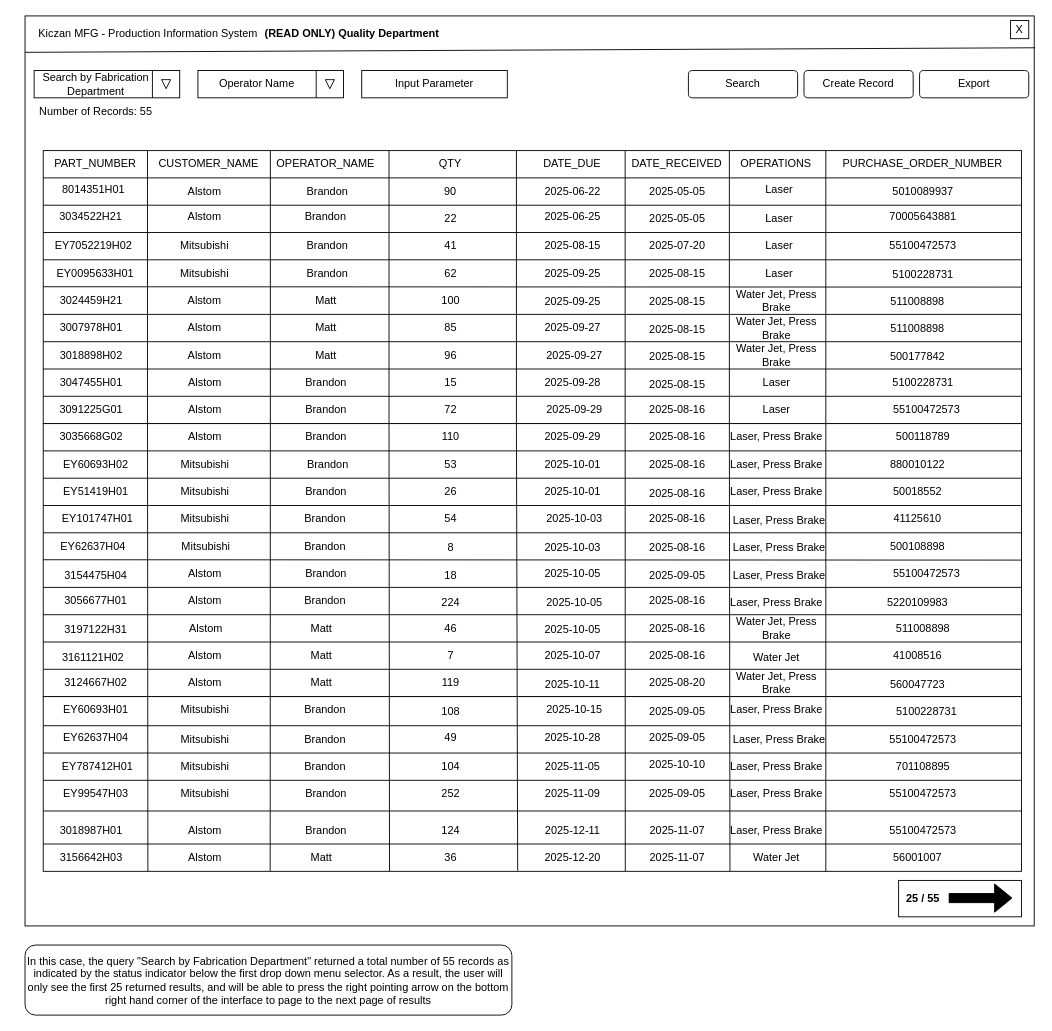
Earlier version of the draw.io diagram Main User Interface Wireframe Search By Department (READONLY)PAGED RESULTS.drawio (JrST90/Team2CapstoneProject). Source tidied: cells renumbered, new cells numbered last; positions are measured from the earlier drawing's top-left corner, leaving out a move shared by most shapes. Both pictures are drawn from the tidied source at 91%, with x=0, y=0 at pixel (15, 15).
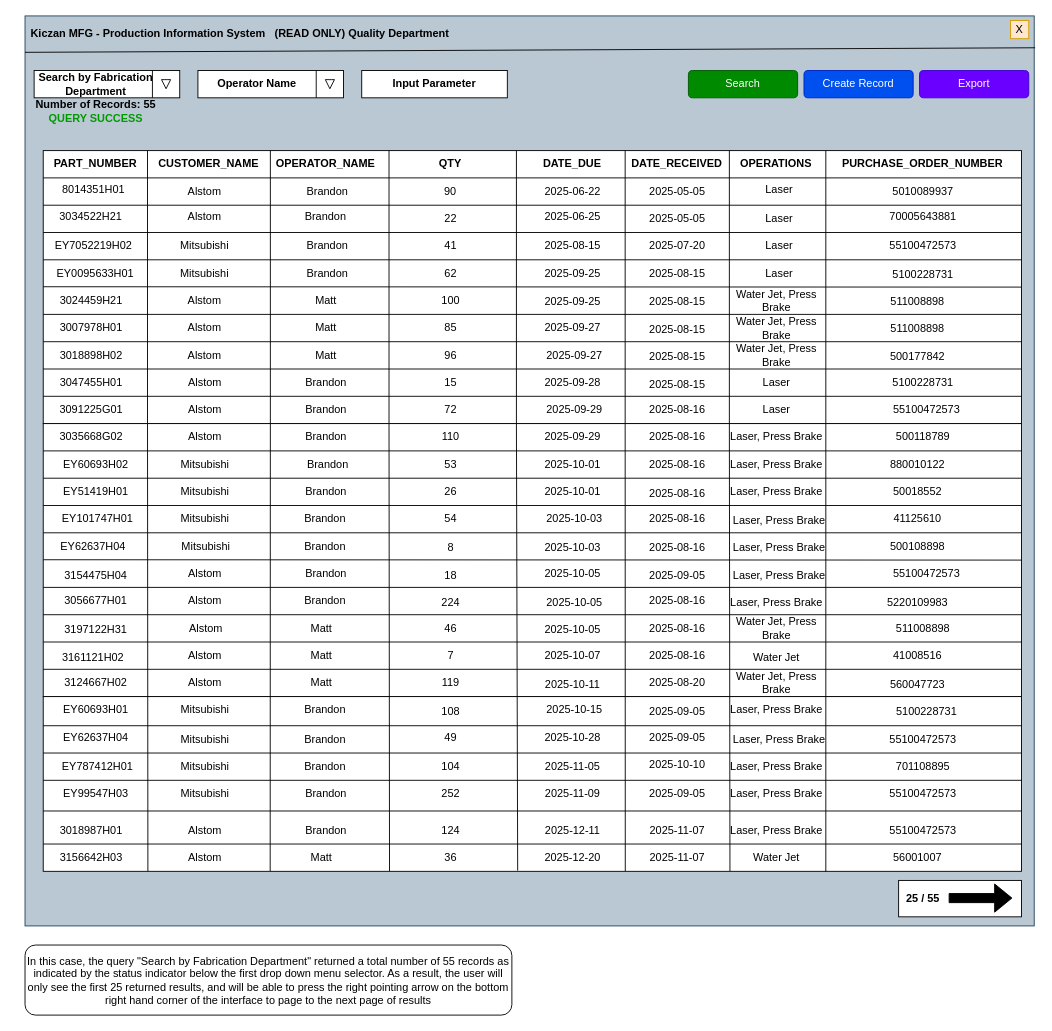
The same diagram, later.

Diff of the diagram source:
```diff
@@
-    <mxCell id="2" style="rounded=0;whiteSpace=wrap;html=1;" parent="1" vertex="1">
+    <mxCell id="2" style="rounded=0;whiteSpace=wrap;html=1;fillColor=#bac8d3;strokeColor=#23445d;" parent="1" vertex="1">
       <mxGeometry x="10" width="1109" height="1000" as="geometry" />
     </mxCell>
@@
-    <mxCell id="4" value="X" style="whiteSpace=wrap;html=1;" parent="1" vertex="1">
+    <mxCell id="4" value="X" style="whiteSpace=wrap;html=1;fillColor=#ffe6cc;strokeColor=#d79b00;" parent="1" vertex="1">
       <mxGeometry x="1093" y="5" width="20" height="20" as="geometry" />
     </mxCell>
-    <mxCell id="5" value="Kiczan MFG - Production Information System" style="text;html=1;whiteSpace=wrap;strokeColor=none;fillColor=none;align=center;verticalAlign=middle;rounded=0;" parent="1" vertex="1">
+    <mxCell id="5" value="&lt;b&gt;Kiczan MFG - Production Information System&lt;/b&gt;" style="text;html=1;whiteSpace=wrap;strokeColor=none;fillColor=none;align=center;verticalAlign=middle;rounded=0;" parent="1" vertex="1">
       <mxGeometry x="10" y="5" width="271" height="30" as="geometry" />
     </mxCell>
@@
-    <mxCell id="8" value="Input Parameter" style="rounded=0;whiteSpace=wrap;html=1;" parent="1" vertex="1">
+    <mxCell id="8" value="Input Parameter" style="rounded=0;whiteSpace=wrap;html=1;fontStyle=1;" parent="1" vertex="1">
       <mxGeometry x="380" y="60" width="160" height="30" as="geometry" />
     </mxCell>
-    <mxCell id="9" value="Search" style="rounded=1;whiteSpace=wrap;html=1;" parent="1" vertex="1">
+    <mxCell id="9" value="Search" style="rounded=1;whiteSpace=wrap;html=1;fillColor=#008a00;fontColor=#ffffff;strokeColor=#005700;" parent="1" vertex="1">
       <mxGeometry x="739" y="60" width="120" height="30" as="geometry" />
     </mxCell>
-    <mxCell id="10" value="Search by Fabrication Department" style="text;html=1;whiteSpace=wrap;strokeColor=none;fillColor=none;align=center;verticalAlign=middle;rounded=0;" parent="1" vertex="1">
+    <mxCell id="10" value="Search by Fabrication Department" style="text;html=1;whiteSpace=wrap;strokeColor=none;fillColor=none;align=center;verticalAlign=middle;rounded=0;fontStyle=1;" parent="1" vertex="1">
       <mxGeometry x="9.5" y="60" width="156" height="30" as="geometry" />
     </mxCell>
@@
-    <mxCell id="14" value="Operator Name" style="text;html=1;whiteSpace=wrap;strokeColor=none;fillColor=none;align=center;verticalAlign=middle;rounded=0;" parent="1" vertex="1">
+    <mxCell id="14" value="Operator Name" style="text;html=1;whiteSpace=wrap;strokeColor=none;fillColor=none;align=center;verticalAlign=middle;rounded=0;fontStyle=1;" parent="1" vertex="1">
       <mxGeometry x="190" y="60" width="150" height="30" as="geometry" />
     </mxCell>
@@
-    <mxCell id="30" value="Number of Records: 55" style="text;html=1;whiteSpace=wrap;strokeColor=none;fillColor=none;align=center;verticalAlign=middle;rounded=0;" parent="1" vertex="1">
+    <mxCell id="30" value="&lt;b&gt;Number of Records: 55 &lt;font style=&quot;color: rgb(0, 153, 0);&quot;&gt;QUERY SUCCESS&lt;/font&gt;&lt;/b&gt;" style="text;html=1;whiteSpace=wrap;strokeColor=none;fillColor=none;align=center;verticalAlign=middle;rounded=0;" parent="1" vertex="1">
       <mxGeometry y="90" width="176" height="30" as="geometry" />
     </mxCell>
-    <mxCell id="31" value="Create Record" style="rounded=1;whiteSpace=wrap;html=1;" parent="1" vertex="1">
+    <mxCell id="31" value="Create Record" style="rounded=1;whiteSpace=wrap;html=1;fillColor=#0050ef;fontColor=#ffffff;strokeColor=#001DBC;" parent="1" vertex="1">
       <mxGeometry x="866" y="60" width="120" height="30" as="geometry" />
     </mxCell>
-    <mxCell id="32" value="PART_NUMBER" style="text;html=1;whiteSpace=wrap;strokeColor=none;fillColor=none;align=center;verticalAlign=middle;rounded=0;" parent="1" vertex="1">
+    <mxCell id="32" value="PART_NUMBER" style="text;html=1;whiteSpace=wrap;strokeColor=none;fillColor=none;align=center;verticalAlign=middle;rounded=0;fontStyle=1;" parent="1" vertex="1">
       <mxGeometry x="36" y="148" width="103" height="30" as="geometry" />
     </mxCell>
-    <mxCell id="33" value="CUSTOMER_NAME" style="text;html=1;whiteSpace=wrap;strokeColor=none;fillColor=none;align=center;verticalAlign=middle;rounded=0;" parent="1" vertex="1">
+    <mxCell id="33" value="CUSTOMER_NAME" style="text;html=1;whiteSpace=wrap;strokeColor=none;fillColor=none;align=center;verticalAlign=middle;rounded=0;fontStyle=1;" parent="1" vertex="1">
       <mxGeometry x="150" y="148" width="124" height="30" as="geometry" />
     </mxCell>
-    <mxCell id="34" value="OPERATOR_NAME" style="text;html=1;whiteSpace=wrap;strokeColor=none;fillColor=none;align=center;verticalAlign=middle;rounded=0;" parent="1" vertex="1">
+    <mxCell id="34" value="OPERATOR_NAME" style="text;html=1;whiteSpace=wrap;strokeColor=none;fillColor=none;align=center;verticalAlign=middle;rounded=0;fontStyle=1;" parent="1" vertex="1">
       <mxGeometry x="285" y="148" width="111" height="30" as="geometry" />
     </mxCell>
-    <mxCell id="35" value="QTY" style="text;html=1;whiteSpace=wrap;strokeColor=none;fillColor=none;align=center;verticalAlign=middle;rounded=0;" parent="1" vertex="1">
+    <mxCell id="35" value="QTY" style="text;html=1;whiteSpace=wrap;strokeColor=none;fillColor=none;align=center;verticalAlign=middle;rounded=0;fontStyle=1;" parent="1" vertex="1">
       <mxGeometry x="426" y="148" width="103" height="30" as="geometry" />
     </mxCell>
-    <mxCell id="36" value="DATE_DUE" style="text;html=1;whiteSpace=wrap;strokeColor=none;fillColor=none;align=center;verticalAlign=middle;rounded=0;" parent="1" vertex="1">
+    <mxCell id="36" value="DATE_DUE" style="text;html=1;whiteSpace=wrap;strokeColor=none;fillColor=none;align=center;verticalAlign=middle;rounded=0;fontStyle=1;" parent="1" vertex="1">
       <mxGeometry x="560" y="148" width="103" height="30" as="geometry" />
     </mxCell>
-    <mxCell id="37" value="DATE_RECEIVED" style="text;html=1;whiteSpace=wrap;strokeColor=none;fillColor=none;align=center;verticalAlign=middle;rounded=0;" parent="1" vertex="1">
+    <mxCell id="37" value="DATE_RECEIVED" style="text;html=1;whiteSpace=wrap;strokeColor=none;fillColor=none;align=center;verticalAlign=middle;rounded=0;fontStyle=1;" parent="1" vertex="1">
       <mxGeometry x="675" y="148" width="103" height="30" as="geometry" />
     </mxCell>
-    <mxCell id="38" value="OPERATIONS" style="text;html=1;whiteSpace=wrap;strokeColor=none;fillColor=none;align=center;verticalAlign=middle;rounded=0;" parent="1" vertex="1">
+    <mxCell id="38" value="OPERATIONS" style="text;html=1;whiteSpace=wrap;strokeColor=none;fillColor=none;align=center;verticalAlign=middle;rounded=0;fontStyle=1;" parent="1" vertex="1">
       <mxGeometry x="784" y="148" width="103" height="30" as="geometry" />
     </mxCell>
-    <mxCell id="39" value="PURCHASE_ORDER_NUMBER" style="text;html=1;whiteSpace=wrap;strokeColor=none;fillColor=none;align=center;verticalAlign=middle;rounded=0;" parent="1" vertex="1">
+    <mxCell id="39" value="PURCHASE_ORDER_NUMBER" style="text;html=1;whiteSpace=wrap;strokeColor=none;fillColor=none;align=center;verticalAlign=middle;rounded=0;fontStyle=1;" parent="1" vertex="1">
       <mxGeometry x="897" y="148" width="199" height="30" as="geometry" />
     </mxCell>
@@
-    <mxCell id="43" value="Export" style="rounded=1;whiteSpace=wrap;html=1;" parent="1" vertex="1">
+    <mxCell id="43" value="Export" style="rounded=1;whiteSpace=wrap;html=1;fillColor=#6a00ff;fontColor=#ffffff;strokeColor=#3700CC;" parent="1" vertex="1">
       <mxGeometry x="993" y="60" width="120" height="30" as="geometry" />
     </mxCell>
     <mxCell id="44" value="&lt;b&gt;(READ ONLY) Quality Department&lt;/b&gt;" style="text;html=1;whiteSpace=wrap;strokeColor=none;fillColor=none;align=center;verticalAlign=middle;rounded=0;" parent="1" vertex="1">
-      <mxGeometry x="259" y="5" width="221" height="30" as="geometry" />
+      <mxGeometry x="270" y="5" width="221" height="30" as="geometry" />
     </mxCell>
```
